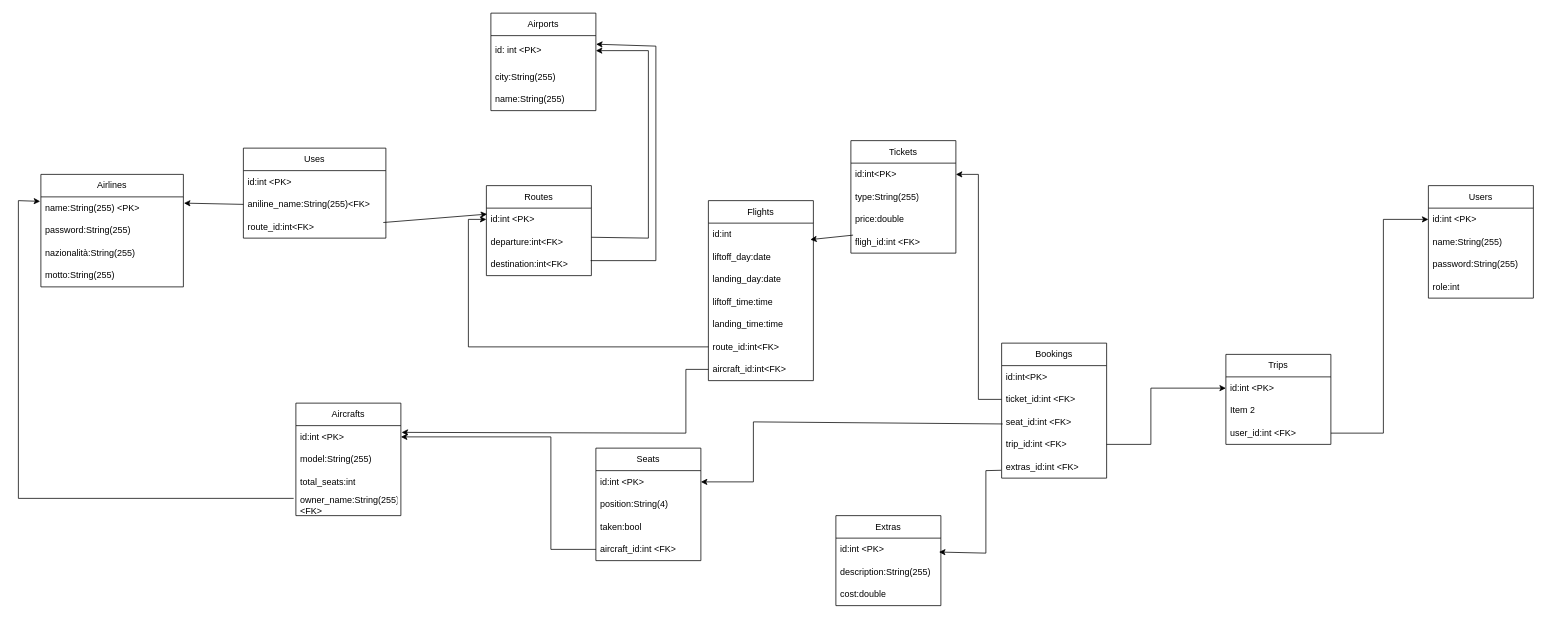
This is backend/dbd/TAWdb.drawio from CunioloRaffaele/TAW, a draw.io file, before an edit. Source tidied: cells renumbered, new cells numbered last; positions are measured from the earlier drawing's top-left corner, leaving out a move shared by most shapes. Both pictures are drawn from the tidied source at 75%, with x=0, y=0 at pixel (18, 13).
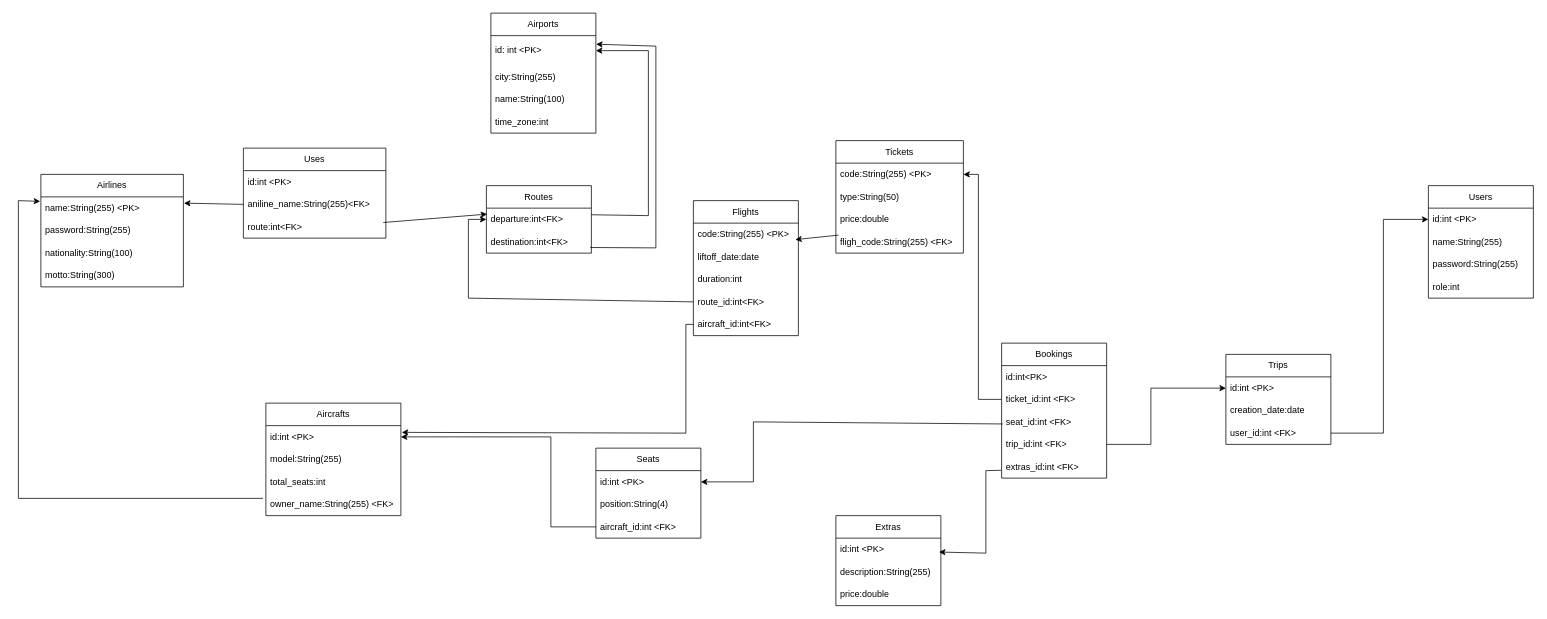
Above is the later version.

Unchanged cells that the change refers to:
```xml
<mxCell id="2" value="Airlines" style="swimlane;fontStyle=0;horizontal=1;startSize=30;whiteSpace=wrap;html=1;" parent="1" vertex="1">
  <mxGeometry x="30" y="215" width="190" height="150" as="geometry" />
</mxCell>
<mxCell id="22" value="id: int &amp;lt;PK&amp;gt;" style="text;strokeColor=none;fillColor=none;align=left;verticalAlign=middle;spacingLeft=4;spacingRight=4;overflow=hidden;points=[[0,0.5],[1,0.5]];portConstraint=eastwest;whiteSpace=wrap;html=1;" parent="21" vertex="1">
  <mxGeometry y="30" width="140" height="40" as="geometry" />
</mxCell>
<mxCell id="33" value="Trips" style="swimlane;fontStyle=0;horizontal=1;startSize=30;whiteSpace=wrap;html=1;" parent="1" vertex="1">
  <mxGeometry x="1610" y="455" width="140" height="120" as="geometry" />
</mxCell>
<mxCell id="42" value="Extras" style="swimlane;fontStyle=0;horizontal=1;startSize=30;whiteSpace=wrap;html=1;" parent="1" vertex="1">
  <mxGeometry x="1090" y="670" width="140" height="120" as="geometry" />
</mxCell>
<mxCell id="57" value="Uses" style="swimlane;fontStyle=0;horizontal=1;startSize=30;whiteSpace=wrap;html=1;" parent="1" vertex="1">
  <mxGeometry x="300" y="180" width="190" height="120" as="geometry" />
</mxCell>
```

Diff of the diagram source:
```diff
@@
-    <mxCell id="5" value="nazionalità:String(255)" style="text;strokeColor=none;fillColor=none;align=left;verticalAlign=middle;spacingLeft=4;spacingRight=4;overflow=hidden;whiteSpace=wrap;html=1;" parent="2" vertex="1">
+    <mxCell id="5" value="nationality:String(100)" style="text;strokeColor=none;fillColor=none;align=left;verticalAlign=middle;spacingLeft=4;spacingRight=4;overflow=hidden;whiteSpace=wrap;html=1;" parent="2" vertex="1">
       <mxGeometry y="90" width="190" height="30" as="geometry" />
     </mxCell>
-    <mxCell id="6" value="motto:String(255)" style="text;strokeColor=none;fillColor=none;align=left;verticalAlign=middle;spacingLeft=4;spacingRight=4;overflow=hidden;whiteSpace=wrap;html=1;" parent="2" vertex="1">
+    <mxCell id="6" value="motto:String(300)" style="text;strokeColor=none;fillColor=none;align=left;verticalAlign=middle;spacingLeft=4;spacingRight=4;overflow=hidden;whiteSpace=wrap;html=1;" parent="2" vertex="1">
       <mxGeometry y="120" width="190" height="30" as="geometry" />
     </mxCell>
     <mxCell id="7" value="Routes" style="swimlane;fontStyle=0;horizontal=1;startSize=30;whiteSpace=wrap;html=1;" parent="1" vertex="1">
-      <mxGeometry x="624" y="230" width="140" height="120" as="geometry" />
+      <mxGeometry x="624" y="230" width="140" height="90" as="geometry" />
     </mxCell>
-    <mxCell id="8" value="id:int &amp;lt;PK&amp;gt;" style="text;strokeColor=none;fillColor=none;align=left;verticalAlign=middle;spacingLeft=4;spacingRight=4;overflow=hidden;points=[[0,0.5],[1,0.5]];portConstraint=eastwest;whiteSpace=wrap;html=1;" parent="7" vertex="1">
-      <mxGeometry y="30" width="140" height="30" as="geometry" />
-    </mxCell>
     <mxCell id="9" value="departure:int&amp;lt;FK&amp;gt;" style="text;strokeColor=none;fillColor=none;align=left;verticalAlign=middle;spacingLeft=4;spacingRight=4;overflow=hidden;points=[[0,0.5],[1,0.5]];portConstraint=eastwest;whiteSpace=wrap;html=1;" parent="7" vertex="1">
-      <mxGeometry y="60" width="140" height="30" as="geometry" />
+      <mxGeometry y="30" width="140" height="30" as="geometry" />
     </mxCell>
     <mxCell id="10" value="destination:int&amp;lt;FK&amp;gt;" style="text;strokeColor=none;fillColor=none;align=left;verticalAlign=middle;spacingLeft=4;spacingRight=4;overflow=hidden;points=[[0,0.5],[1,0.5]];portConstraint=eastwest;whiteSpace=wrap;html=1;" parent="7" vertex="1">
-      <mxGeometry y="90" width="140" height="30" as="geometry" />
+      <mxGeometry y="60" width="140" height="30" as="geometry" />
     </mxCell>
@@
     <mxCell id="16" value="Tickets" style="swimlane;fontStyle=0;horizontal=1;startSize=30;whiteSpace=wrap;html=1;" parent="1" vertex="1">
-      <mxGeometry x="1110" y="170" width="140" height="150" as="geometry" />
+      <mxGeometry x="1090" y="170" width="170" height="150" as="geometry" />
     </mxCell>
-    <mxCell id="17" value="id:int&amp;lt;PK&amp;gt;" style="text;strokeColor=none;fillColor=none;align=left;verticalAlign=middle;spacingLeft=4;spacingRight=4;overflow=hidden;points=[[0,0.5],[1,0.5]];portConstraint=eastwest;whiteSpace=wrap;html=1;" parent="16" vertex="1">
-      <mxGeometry y="30" width="140" height="30" as="geometry" />
+    <mxCell id="17" value="code:String(255) &amp;lt;PK&amp;gt;" style="text;strokeColor=none;fillColor=none;align=left;verticalAlign=middle;spacingLeft=4;spacingRight=4;overflow=hidden;points=[[0,0.5],[1,0.5]];portConstraint=eastwest;whiteSpace=wrap;html=1;" parent="16" vertex="1">
+      <mxGeometry y="30" width="170" height="30" as="geometry" />
     </mxCell>
-    <mxCell id="18" value="type:String(255)" style="text;strokeColor=none;fillColor=none;align=left;verticalAlign=middle;spacingLeft=4;spacingRight=4;overflow=hidden;whiteSpace=wrap;html=1;" parent="16" vertex="1">
-      <mxGeometry y="60" width="140" height="30" as="geometry" />
+    <mxCell id="18" value="type:String(50)" style="text;strokeColor=none;fillColor=none;align=left;verticalAlign=middle;spacingLeft=4;spacingRight=4;overflow=hidden;whiteSpace=wrap;html=1;" parent="16" vertex="1">
+      <mxGeometry y="60" width="170" height="30" as="geometry" />
     </mxCell>
     <mxCell id="19" value="price:double" style="text;strokeColor=none;fillColor=none;align=left;verticalAlign=middle;spacingLeft=4;spacingRight=4;overflow=hidden;whiteSpace=wrap;html=1;" parent="16" vertex="1">
-      <mxGeometry y="90" width="140" height="30" as="geometry" />
+      <mxGeometry y="90" width="170" height="30" as="geometry" />
     </mxCell>
-    <mxCell id="20" value="fligh_id:int &amp;lt;FK&amp;gt;" style="text;strokeColor=none;fillColor=none;align=left;verticalAlign=middle;spacingLeft=4;spacingRight=4;overflow=hidden;points=[[0,0.5],[1,0.5]];portConstraint=eastwest;whiteSpace=wrap;html=1;" parent="16" vertex="1">
-      <mxGeometry y="120" width="140" height="30" as="geometry" />
+    <mxCell id="20" value="fligh_code:String(255) &amp;lt;FK&amp;gt;" style="text;strokeColor=none;fillColor=none;align=left;verticalAlign=middle;spacingLeft=4;spacingRight=4;overflow=hidden;points=[[0,0.5],[1,0.5]];portConstraint=eastwest;whiteSpace=wrap;html=1;" parent="16" vertex="1">
+      <mxGeometry y="120" width="170" height="30" as="geometry" />
     </mxCell>
     <mxCell id="21" value="Airports" style="swimlane;fontStyle=0;horizontal=1;startSize=30;whiteSpace=wrap;html=1;" parent="1" vertex="1">
-      <mxGeometry x="630" width="140" height="130" as="geometry" />
+      <mxGeometry x="630" width="140" height="160" as="geometry" />
     </mxCell>
@@
-    <mxCell id="24" value="name:String(255)" style="text;strokeColor=none;fillColor=none;align=left;verticalAlign=middle;spacingLeft=4;spacingRight=4;overflow=hidden;whiteSpace=wrap;html=1;" parent="21" vertex="1">
+    <mxCell id="24" value="name:String(100)" style="text;strokeColor=none;fillColor=none;align=left;verticalAlign=middle;spacingLeft=4;spacingRight=4;overflow=hidden;whiteSpace=wrap;html=1;" parent="21" vertex="1">
       <mxGeometry y="100" width="140" height="30" as="geometry" />
     </mxCell>
+    <mxCell id="75" value="time_zone:int" style="text;strokeColor=none;fillColor=none;align=left;verticalAlign=middle;spacingLeft=4;spacingRight=4;overflow=hidden;whiteSpace=wrap;html=1;" parent="21" vertex="1">
+      <mxGeometry y="130" width="140" height="30" as="geometry" />
+    </mxCell>
     <mxCell id="25" value="Flights" style="swimlane;fontStyle=0;horizontal=1;startSize=30;whiteSpace=wrap;html=1;" parent="1" vertex="1">
-      <mxGeometry x="920" y="250" width="140" height="240" as="geometry" />
+      <mxGeometry x="900" y="250" width="140" height="180" as="geometry" />
     </mxCell>
-    <mxCell id="26" value="id:int" style="text;strokeColor=none;fillColor=none;align=left;verticalAlign=middle;spacingLeft=4;spacingRight=4;overflow=hidden;points=[[0,0.5],[1,0.5]];portConstraint=eastwest;whiteSpace=wrap;html=1;" parent="25" vertex="1">
+    <mxCell id="26" value="code:String(255) &amp;lt;PK&amp;gt;" style="text;strokeColor=none;fillColor=none;align=left;verticalAlign=middle;spacingLeft=4;spacingRight=4;overflow=hidden;points=[[0,0.5],[1,0.5]];portConstraint=eastwest;whiteSpace=wrap;html=1;" parent="25" vertex="1">
       <mxGeometry y="30" width="140" height="30" as="geometry" />
     </mxCell>
-    <mxCell id="27" value="liftoff_day:date" style="text;strokeColor=none;fillColor=none;align=left;verticalAlign=middle;spacingLeft=4;spacingRight=4;overflow=hidden;whiteSpace=wrap;html=1;" parent="25" vertex="1">
+    <mxCell id="27" value="liftoff_date:date" style="text;strokeColor=none;fillColor=none;align=left;verticalAlign=middle;spacingLeft=4;spacingRight=4;overflow=hidden;whiteSpace=wrap;html=1;" parent="25" vertex="1">
       <mxGeometry y="60" width="140" height="30" as="geometry" />
     </mxCell>
-    <mxCell id="28" value="landing_day:date" style="text;strokeColor=none;fillColor=none;align=left;verticalAlign=middle;spacingLeft=4;spacingRight=4;overflow=hidden;whiteSpace=wrap;html=1;" parent="25" vertex="1">
-      <mxGeometry y="90" width="140" height="30" as="geometry" />
-    </mxCell>
-    <mxCell id="29" value="liftoff_time:time" style="text;strokeColor=none;fillColor=none;align=left;verticalAlign=middle;spacingLeft=4;spacingRight=4;overflow=hidden;whiteSpace=wrap;html=1;" parent="25" vertex="1">
-      <mxGeometry y="120" width="140" height="30" as="geometry" />
-    </mxCell>
-    <mxCell id="30" value="landing_time:time" style="text;strokeColor=none;fillColor=none;align=left;verticalAlign=middle;spacingLeft=4;spacingRight=4;overflow=hidden;whiteSpace=wrap;html=1;" parent="25" vertex="1">
-      <mxGeometry y="150" width="140" height="30" as="geometry" />
+    <mxCell id="30" value="duration:int" style="text;strokeColor=none;fillColor=none;align=left;verticalAlign=middle;spacingLeft=4;spacingRight=4;overflow=hidden;whiteSpace=wrap;html=1;" parent="25" vertex="1">
+      <mxGeometry y="90" width="140" height="30" as="geometry" />
     </mxCell>
     <mxCell id="31" value="route_id:int&amp;lt;FK&amp;gt;" style="text;strokeColor=none;fillColor=none;align=left;verticalAlign=middle;spacingLeft=4;spacingRight=4;overflow=hidden;points=[[0,0.5],[1,0.5]];portConstraint=eastwest;whiteSpace=wrap;html=1;" parent="25" vertex="1">
-      <mxGeometry y="180" width="140" height="30" as="geometry" />
+      <mxGeometry y="120" width="140" height="30" as="geometry" />
     </mxCell>
     <mxCell id="32" value="aircraft_id:int&amp;lt;FK&amp;gt;" style="text;strokeColor=none;fillColor=none;align=left;verticalAlign=middle;spacingLeft=4;spacingRight=4;overflow=hidden;points=[[0,0.5],[1,0.5]];portConstraint=eastwest;whiteSpace=wrap;html=1;" parent="25" vertex="1">
-      <mxGeometry y="210" width="140" height="30" as="geometry" />
+      <mxGeometry y="150" width="140" height="30" as="geometry" />
     </mxCell>
@@
-    <mxCell id="35" value="Item 2" style="text;strokeColor=none;fillColor=none;align=left;verticalAlign=middle;spacingLeft=4;spacingRight=4;overflow=hidden;whiteSpace=wrap;html=1;" parent="33" vertex="1">
+    <mxCell id="35" value="creation_date:date" style="text;strokeColor=none;fillColor=none;align=left;verticalAlign=middle;spacingLeft=4;spacingRight=4;overflow=hidden;whiteSpace=wrap;html=1;" parent="33" vertex="1">
       <mxGeometry y="60" width="140" height="30" as="geometry" />
     </mxCell>
@@
     <mxCell id="37" value="Seats" style="swimlane;fontStyle=0;horizontal=1;startSize=30;whiteSpace=wrap;html=1;" parent="1" vertex="1">
-      <mxGeometry x="770" y="580" width="140" height="150" as="geometry" />
+      <mxGeometry x="770" y="580" width="140" height="120" as="geometry" />
     </mxCell>
@@
-    <mxCell id="40" value="taken:bool" style="text;strokeColor=none;fillColor=none;align=left;verticalAlign=middle;spacingLeft=4;spacingRight=4;overflow=hidden;whiteSpace=wrap;html=1;" parent="37" vertex="1">
-      <mxGeometry y="90" width="140" height="30" as="geometry" />
-    </mxCell>
     <mxCell id="41" value="aircraft_id:int &amp;lt;FK&amp;gt;" style="text;strokeColor=none;fillColor=none;align=left;verticalAlign=middle;spacingLeft=4;spacingRight=4;overflow=hidden;points=[[0,0.5],[1,0.5]];portConstraint=eastwest;whiteSpace=wrap;html=1;" parent="37" vertex="1">
-      <mxGeometry y="120" width="140" height="30" as="geometry" />
+      <mxGeometry y="90" width="140" height="30" as="geometry" />
     </mxCell>
@@
-    <mxCell id="45" value="cost:double" style="text;strokeColor=none;fillColor=none;align=left;verticalAlign=middle;spacingLeft=4;spacingRight=4;overflow=hidden;whiteSpace=wrap;html=1;" parent="42" vertex="1">
+    <mxCell id="45" value="price:double" style="text;strokeColor=none;fillColor=none;align=left;verticalAlign=middle;spacingLeft=4;spacingRight=4;overflow=hidden;whiteSpace=wrap;html=1;" parent="42" vertex="1">
       <mxGeometry y="90" width="140" height="30" as="geometry" />
     </mxCell>
     <mxCell id="46" value="Aircrafts" style="swimlane;fontStyle=0;horizontal=1;startSize=30;whiteSpace=wrap;html=1;" parent="1" vertex="1">
-      <mxGeometry x="370" y="520" width="140" height="150" as="geometry" />
+      <mxGeometry x="330" y="520" width="180" height="150" as="geometry" />
     </mxCell>
     <mxCell id="47" value="id:int &amp;lt;PK&amp;gt;" style="text;strokeColor=none;fillColor=none;align=left;verticalAlign=middle;spacingLeft=4;spacingRight=4;overflow=hidden;points=[[0,0.5],[1,0.5]];portConstraint=eastwest;whiteSpace=wrap;html=1;" parent="46" vertex="1">
-      <mxGeometry y="30" width="140" height="30" as="geometry" />
+      <mxGeometry y="30" width="180" height="30" as="geometry" />
     </mxCell>
     <mxCell id="48" value="model:String(255)" style="text;strokeColor=none;fillColor=none;align=left;verticalAlign=middle;spacingLeft=4;spacingRight=4;overflow=hidden;whiteSpace=wrap;html=1;" parent="46" vertex="1">
-      <mxGeometry y="60" width="140" height="30" as="geometry" />
+      <mxGeometry y="60" width="180" height="30" as="geometry" />
     </mxCell>
     <mxCell id="49" value="total_seats:int" style="text;strokeColor=none;fillColor=none;align=left;verticalAlign=middle;spacingLeft=4;spacingRight=4;overflow=hidden;whiteSpace=wrap;html=1;" parent="46" vertex="1">
-      <mxGeometry y="90" width="140" height="30" as="geometry" />
+      <mxGeometry y="90" width="180" height="30" as="geometry" />
     </mxCell>
     <mxCell id="50" value="owner_name:String(255) &amp;lt;FK&amp;gt;" style="text;strokeColor=none;fillColor=none;align=left;verticalAlign=middle;spacingLeft=4;spacingRight=4;overflow=hidden;points=[[0,0.5],[1,0.5]];portConstraint=eastwest;whiteSpace=wrap;html=1;" parent="46" vertex="1">
-      <mxGeometry y="120" width="140" height="30" as="geometry" />
+      <mxGeometry y="120" width="180" height="30" as="geometry" />
     </mxCell>
     <mxCell id="51" style="endArrow=classic;html=1;rounded=0;exitX=1;exitY=0.295;exitDx=0;exitDy=0;exitPerimeter=0;entryX=1;entryY=0.5;entryDx=0;entryDy=0;" parent="1" edge="1" source="9" target="22">
       <mxGeometry relative="1" as="geometry">
         <Array as="points">
-          <mxPoint x="840" y="300" />
+          <mxPoint x="840" y="270" />
           <mxPoint x="840" y="50" />
         </Array>
       </mxGeometry>
     </mxCell>
-    <mxCell id="52" style="endArrow=classic;html=1;rounded=0;entryX=1.002;entryY=0.286;entryDx=0;entryDy=0;entryPerimeter=0;" parent="1" edge="1" target="22">
+    <mxCell id="52" style="endArrow=classic;html=1;rounded=0;entryX=1.002;entryY=0.286;entryDx=0;entryDy=0;entryPerimeter=0;exitX=0.989;exitY=0.75;exitDx=0;exitDy=0;exitPerimeter=0;" parent="1" edge="1" source="10" target="22">
       <mxGeometry relative="1" as="geometry">
-        <mxPoint x="763" y="330" as="sourcePoint" />
         <Array as="points">
-          <mxPoint x="850" y="330" />
+          <mxPoint x="850" y="313" />
           <mxPoint x="850" y="44" />
         </Array>
       </mxGeometry>
     </mxCell>
@@
     <mxCell id="54" style="endArrow=classic;html=1;rounded=0;exitX=0;exitY=0.5;exitDx=0;exitDy=0;entryX=1;entryY=0.5;entryDx=0;entryDy=0;" parent="1" edge="1" source="41" target="47">
       <mxGeometry relative="1" as="geometry">
         <Array as="points">
-          <mxPoint x="710" y="715" />
+          <mxPoint x="710" y="685" />
           <mxPoint x="710" y="565" />
         </Array>
       </mxGeometry>
     </mxCell>
     <mxCell id="55" style="endArrow=classic;html=1;rounded=0;exitX=0;exitY=0.5;exitDx=0;exitDy=0;entryX=1.007;entryY=0.3;entryDx=0;entryDy=0;entryPerimeter=0;" parent="1" edge="1" source="32" target="47">
       <mxGeometry relative="1" as="geometry">
         <Array as="points">
-          <mxPoint x="890" y="475" />
+          <mxPoint x="890" y="415" />
           <mxPoint x="890" y="560" />
         </Array>
       </mxGeometry>
     </mxCell>
-    <mxCell id="56" style="endArrow=classic;html=1;rounded=0;exitX=0;exitY=0.5;exitDx=0;exitDy=0;entryX=0;entryY=0.5;entryDx=0;entryDy=0;" parent="1" edge="1" source="31" target="8">
+    <mxCell id="56" style="endArrow=classic;html=1;rounded=0;exitX=0;exitY=0.5;exitDx=0;exitDy=0;entryX=0;entryY=0.5;entryDx=0;entryDy=0;" parent="1" edge="1" source="31">
       <mxGeometry relative="1" as="geometry">
+        <mxPoint x="624" y="275" as="targetPoint" />
         <Array as="points">
-          <mxPoint x="600" y="445" />
+          <mxPoint x="600" y="380" />
           <mxPoint x="600" y="275" />
         </Array>
       </mxGeometry>
     </mxCell>
@@
-    <mxCell id="60" value="route_id:int&amp;lt;FK&amp;gt;" style="text;strokeColor=none;fillColor=none;align=left;verticalAlign=middle;spacingLeft=4;spacingRight=4;overflow=hidden;points=[[0,0.5],[1,0.5]];portConstraint=eastwest;whiteSpace=wrap;html=1;" parent="57" vertex="1">
+    <mxCell id="60" value="route:int&amp;lt;FK&amp;gt;" style="text;strokeColor=none;fillColor=none;align=left;verticalAlign=middle;spacingLeft=4;spacingRight=4;overflow=hidden;points=[[0,0.5],[1,0.5]];portConstraint=eastwest;whiteSpace=wrap;html=1;" parent="57" vertex="1">
       <mxGeometry y="90" width="190" height="30" as="geometry" />
     </mxCell>
@@
-    <mxCell id="62" style="endArrow=classic;html=1;rounded=0;entryX=0.007;entryY=0.267;entryDx=0;entryDy=0;entryPerimeter=0;exitX=0.982;exitY=0.306;exitDx=0;exitDy=0;exitPerimeter=0;" parent="1" edge="1" source="60" target="8">
-      <mxGeometry relative="1" as="geometry" />
+    <mxCell id="62" style="endArrow=classic;html=1;rounded=0;entryX=0.007;entryY=0.267;entryDx=0;entryDy=0;entryPerimeter=0;exitX=0.982;exitY=0.306;exitDx=0;exitDy=0;exitPerimeter=0;" parent="1" edge="1" source="60">
+      <mxGeometry relative="1" as="geometry">
+        <mxPoint x="625" y="268" as="targetPoint" />
+      </mxGeometry>
     </mxCell>
```
